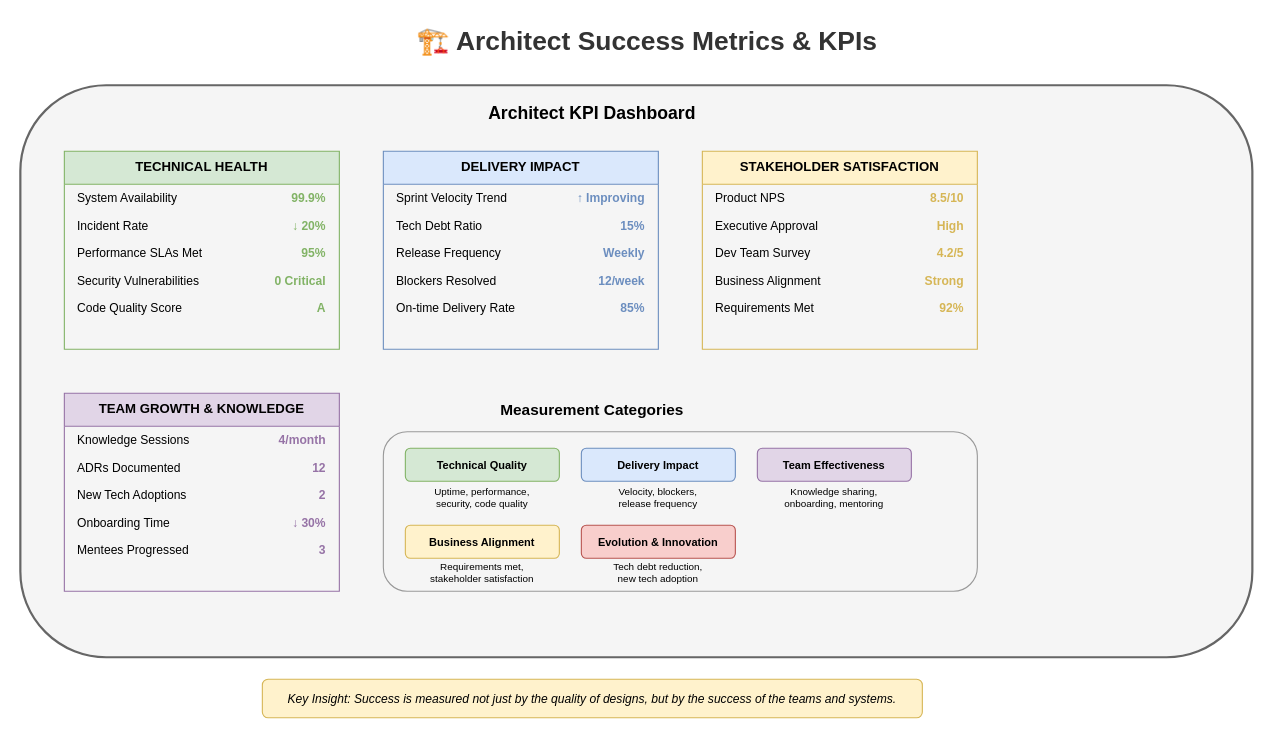
MrParkerZ7/document-lesson-software-architect-x-claude keeps this draw.io diagram as lesson-00-software-architect-overview/diagrams/4.1-success-metrics-kpis.drawio. Above is the earlier version. Source tidied: cells renumbered, new cells numbered last; positions are measured from the earlier drawing's top-left corner, leaving out a move shared by most shapes. Both pictures are drawn from the tidied source at 110%, with x=0, y=0 at pixel (20, 19).
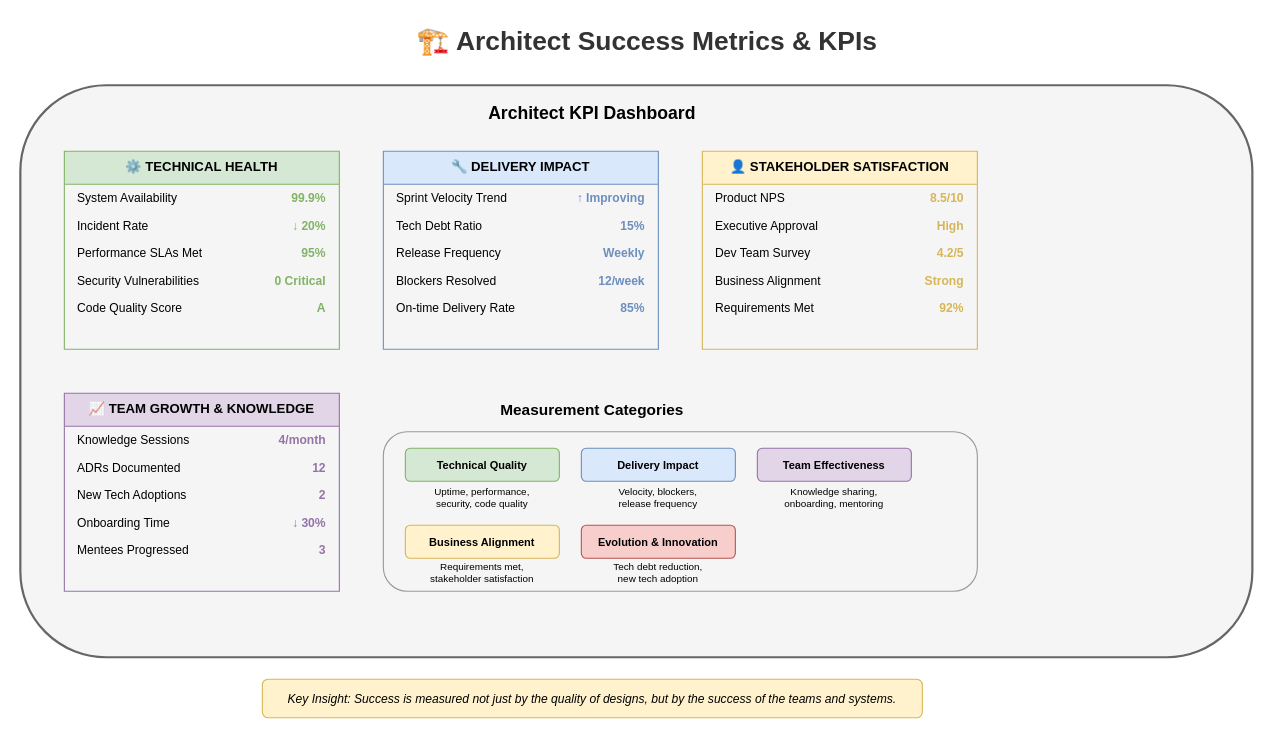
The same diagram, later.

Change to the diagram source:
```diff
@@
-    <mxCell id="5" value="TECHNICAL HEALTH" style="swimlane;fontStyle=1;align=center;verticalAlign=top;horizontal=1;startSize=30;fillColor=#d5e8d4;strokeColor=#82b366;fontSize=12;" parent="1" vertex="1">
+    <mxCell id="5" value="⚙️ TECHNICAL HEALTH" style="swimlane;fontStyle=1;align=center;verticalAlign=top;horizontal=1;startSize=30;fillColor=#d5e8d4;strokeColor=#82b366;fontSize=12;" parent="1" vertex="1">
       <mxGeometry x="40" y="120" width="250" height="180" as="geometry" />
     </mxCell>
@@
-    <mxCell id="16" value="DELIVERY IMPACT" style="swimlane;fontStyle=1;align=center;verticalAlign=top;horizontal=1;startSize=30;fillColor=#dae8fc;strokeColor=#6c8ebf;fontSize=12;" parent="1" vertex="1">
+    <mxCell id="16" value="🔧 DELIVERY IMPACT" style="swimlane;fontStyle=1;align=center;verticalAlign=top;horizontal=1;startSize=30;fillColor=#dae8fc;strokeColor=#6c8ebf;fontSize=12;" parent="1" vertex="1">
       <mxGeometry x="330" y="120" width="250" height="180" as="geometry" />
     </mxCell>
@@
-    <mxCell id="27" value="STAKEHOLDER SATISFACTION" style="swimlane;fontStyle=1;align=center;verticalAlign=top;horizontal=1;startSize=30;fillColor=#fff2cc;strokeColor=#d6b656;fontSize=12;" parent="1" vertex="1">
+    <mxCell id="27" value="👤 STAKEHOLDER SATISFACTION" style="swimlane;fontStyle=1;align=center;verticalAlign=top;horizontal=1;startSize=30;fillColor=#fff2cc;strokeColor=#d6b656;fontSize=12;" parent="1" vertex="1">
       <mxGeometry x="620" y="120" width="250" height="180" as="geometry" />
     </mxCell>
@@
-    <mxCell id="38" value="TEAM GROWTH &amp; KNOWLEDGE" style="swimlane;fontStyle=1;align=center;verticalAlign=top;horizontal=1;startSize=30;fillColor=#e1d5e7;strokeColor=#9673a6;fontSize=12;" parent="1" vertex="1">
+    <mxCell id="38" value="📈 TEAM GROWTH &amp; KNOWLEDGE" style="swimlane;fontStyle=1;align=center;verticalAlign=top;horizontal=1;startSize=30;fillColor=#e1d5e7;strokeColor=#9673a6;fontSize=12;" parent="1" vertex="1">
       <mxGeometry x="40" y="340" width="250" height="180" as="geometry" />
     </mxCell>
```
